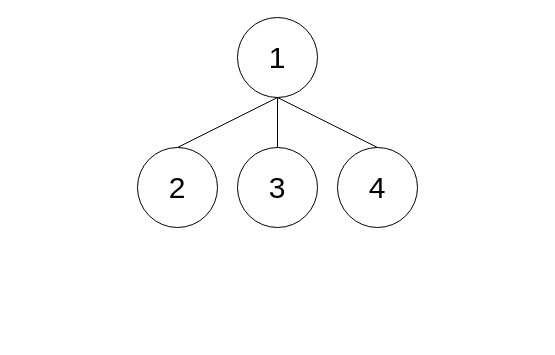
This is 木構造.drawio from tsubasasugawara/lyrics_melody_analyzer, a draw.io file, before an edit. Source tidied: cells renumbered, new cells numbered last; positions are measured from the earlier drawing's top-left corner, leaving out a move shared by most shapes. Both pictures are drawn from the tidied source at 100%, with x=0, y=0 at pixel (137, 17).
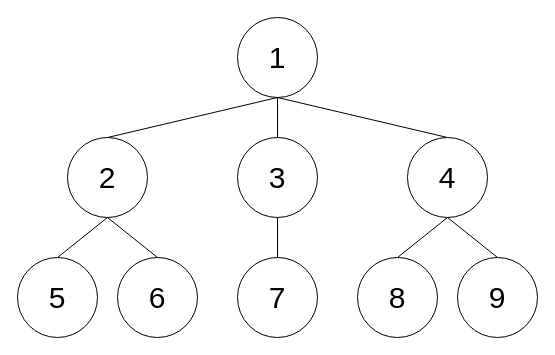
Above is the later version.

Commit message:
木構造.drawio を更新します

Change to the diagram source:
```diff
@@
 <mxGraphModel>
   <root>
     <mxCell id="0" />
     <mxCell id="1" parent="0" />
     <mxCell id="2" value="&lt;font style=&quot;font-size: 30px;&quot;&gt;1&lt;/font&gt;" style="ellipse;whiteSpace=wrap;html=1;fontSize=30;" parent="1" vertex="1">
       <mxGeometry x="100" width="80" height="80" as="geometry" />
     </mxCell>
     <mxCell id="3" style="endArrow=none;html=1;rounded=0;entryX=0.5;entryY=1;entryDx=0;entryDy=0;exitX=0.5;exitY=0;exitDx=0;exitDy=0;" parent="1" edge="1" source="8" target="2">
       <mxGeometry relative="1" as="geometry" />
     </mxCell>
     <mxCell id="4" style="endArrow=none;html=1;rounded=0;entryX=0.5;entryY=1;entryDx=0;entryDy=0;exitX=0.5;exitY=0;exitDx=0;exitDy=0;" parent="1" edge="1" source="7" target="2">
       <mxGeometry relative="1" as="geometry" />
     </mxCell>
     <mxCell id="5" style="endArrow=none;html=1;rounded=0;exitX=0.5;exitY=0;exitDx=0;exitDy=0;entryX=0.5;entryY=1;entryDx=0;entryDy=0;" parent="1" edge="1" source="6" target="2">
       <mxGeometry relative="1" as="geometry" />
     </mxCell>
     <mxCell id="6" value="2" style="ellipse;whiteSpace=wrap;html=1;fontSize=30;" parent="1" vertex="1">
-      <mxGeometry y="130" width="80" height="80" as="geometry" />
+      <mxGeometry x="-70" y="120" width="80" height="80" as="geometry" />
     </mxCell>
     <mxCell id="7" value="3" style="ellipse;whiteSpace=wrap;html=1;fontSize=30;" parent="1" vertex="1">
-      <mxGeometry x="100" y="130" width="80" height="80" as="geometry" />
+      <mxGeometry x="100" y="120" width="80" height="80" as="geometry" />
     </mxCell>
     <mxCell id="8" value="4" style="ellipse;whiteSpace=wrap;html=1;fontSize=30;" parent="1" vertex="1">
-      <mxGeometry x="200" y="130" width="80" height="80" as="geometry" />
+      <mxGeometry x="270" y="120" width="80" height="80" as="geometry" />
     </mxCell>
+    <mxCell id="9" value="6" style="ellipse;whiteSpace=wrap;html=1;fontSize=30;" parent="1" vertex="1">
+      <mxGeometry x="-20" y="240" width="80" height="80" as="geometry" />
+    </mxCell>
+    <mxCell id="10" style="endArrow=none;html=1;rounded=0;entryX=0.5;entryY=1;entryDx=0;entryDy=0;exitX=0.5;exitY=0;exitDx=0;exitDy=0;" parent="1" edge="1" source="9" target="6">
+      <mxGeometry relative="1" as="geometry" />
+    </mxCell>
+    <mxCell id="11" style="endArrow=none;html=1;rounded=0;entryX=0.5;entryY=1;entryDx=0;entryDy=0;exitX=0.5;exitY=0;exitDx=0;exitDy=0;" parent="1" edge="1" source="13" target="7">
+      <mxGeometry relative="1" as="geometry" />
+    </mxCell>
+    <mxCell id="12" value="5" style="ellipse;whiteSpace=wrap;html=1;fontSize=30;" parent="1" vertex="1">
+      <mxGeometry x="-120" y="240" width="80" height="80" as="geometry" />
+    </mxCell>
+    <mxCell id="13" value="7" style="ellipse;whiteSpace=wrap;html=1;fontSize=30;" parent="1" vertex="1">
+      <mxGeometry x="100" y="240" width="80" height="80" as="geometry" />
+    </mxCell>
+    <mxCell id="14" style="endArrow=none;html=1;rounded=0;entryX=0.5;entryY=1;entryDx=0;entryDy=0;exitX=0.5;exitY=0;exitDx=0;exitDy=0;" parent="1" edge="1" source="12" target="6">
+      <mxGeometry relative="1" as="geometry" />
+    </mxCell>
+    <mxCell id="15" value="9" style="ellipse;whiteSpace=wrap;html=1;fontSize=30;" parent="1" vertex="1">
+      <mxGeometry x="320" y="240" width="80" height="80" as="geometry" />
+    </mxCell>
+    <mxCell id="16" style="endArrow=none;html=1;rounded=0;exitX=0.5;exitY=0;exitDx=0;exitDy=0;entryX=0.5;entryY=1;entryDx=0;entryDy=0;" parent="1" edge="1" source="15" target="8">
+      <mxGeometry relative="1" as="geometry" />
+    </mxCell>
+    <mxCell id="17" value="8" style="ellipse;whiteSpace=wrap;html=1;fontSize=30;" parent="1" vertex="1">
+      <mxGeometry x="220" y="240" width="80" height="80" as="geometry" />
+    </mxCell>
+    <mxCell id="18" style="endArrow=none;html=1;rounded=0;exitX=0.5;exitY=0;exitDx=0;exitDy=0;entryX=0.5;entryY=1;entryDx=0;entryDy=0;" parent="1" edge="1" source="17" target="8">
+      <mxGeometry relative="1" as="geometry" />
+    </mxCell>
   </root>
 </mxGraphModel>
```
